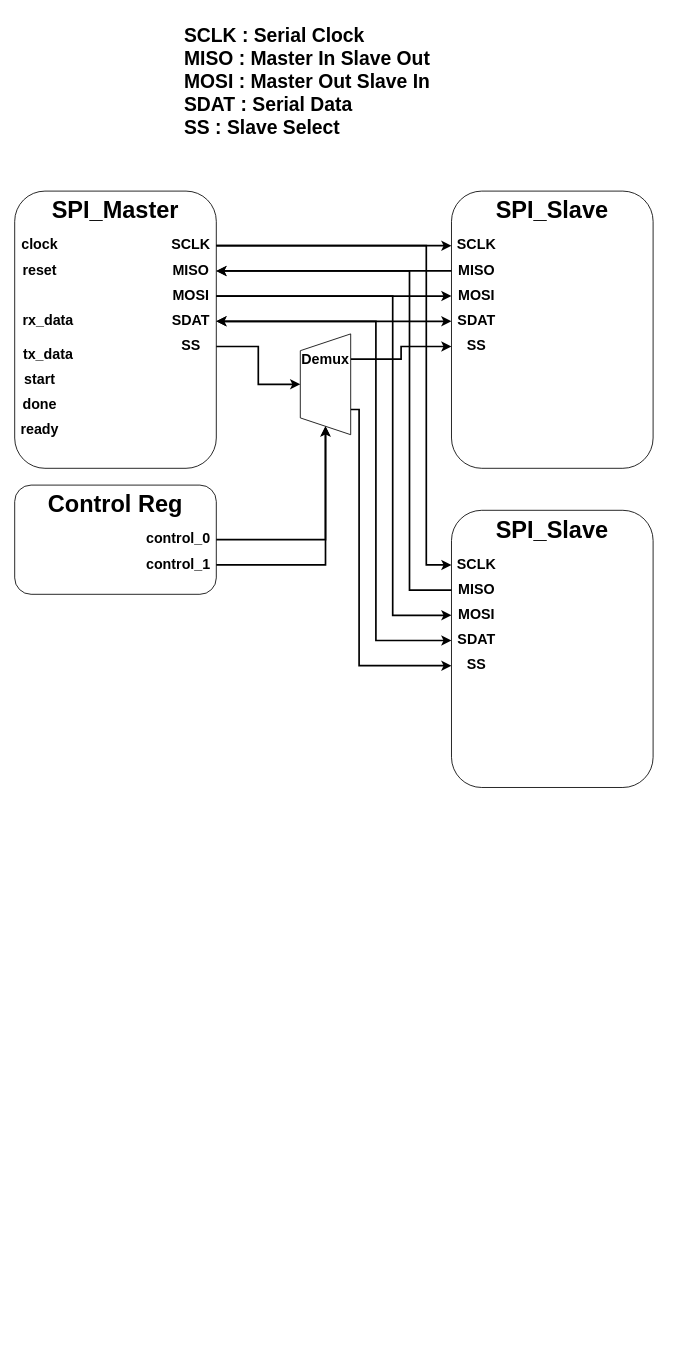
Above: Block diagram/SPI_Protocol.drawio in oriraccoon/Harman_ComputerArchitecture (draw.io), before the change. Source tidied: cells renumbered, new cells numbered last; positions are measured from the earlier drawing's top-left corner, leaving out a move shared by most shapes. Both pictures are drawn from the tidied source at 84%, with x=0, y=0 at pixel (14, 14).
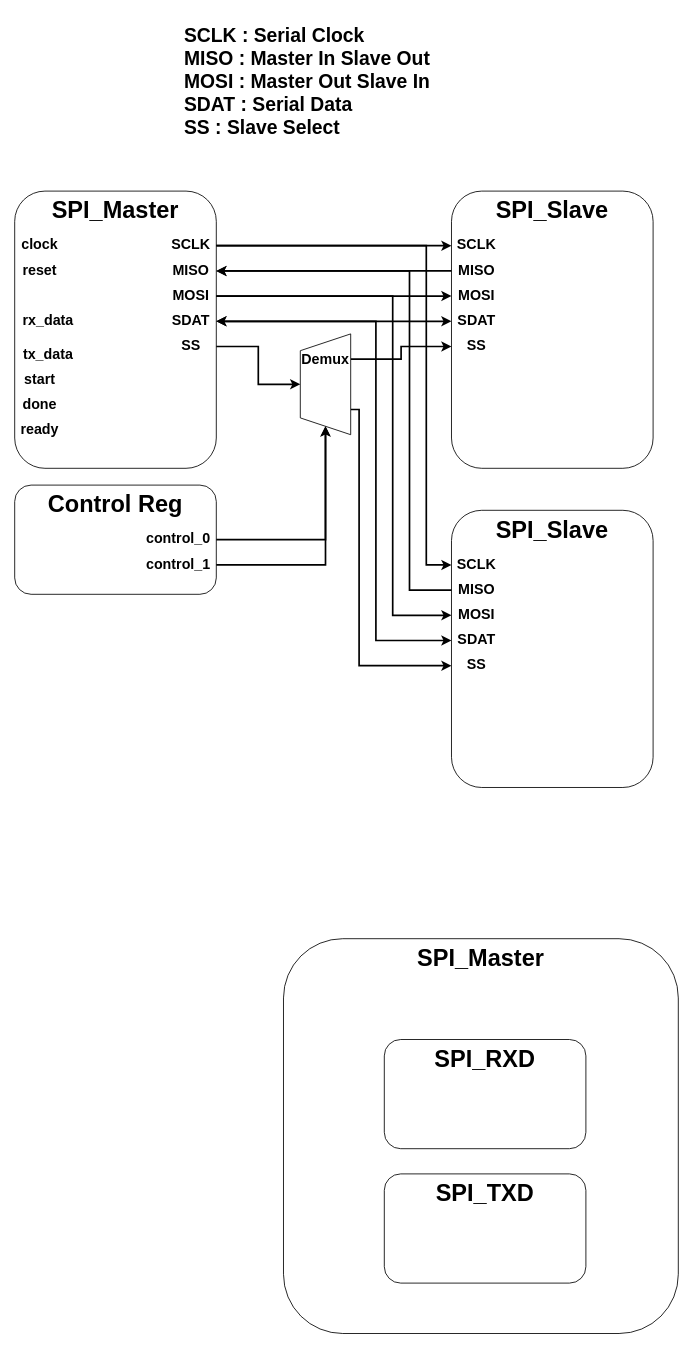
After the change.

Change to the diagram source:
```diff
@@
+    <mxCell id="46" value="&lt;b&gt;&lt;font style=&quot;font-size: 28px;&quot;&gt;SPI_Master&lt;/font&gt;&lt;/b&gt;" style="rounded=1;whiteSpace=wrap;html=1;verticalAlign=top;" parent="1" vertex="1">
+      <mxGeometry x="320" y="1100" width="470" height="470" as="geometry" />
+    </mxCell>
+    <mxCell id="47" value="&lt;b&gt;&lt;font style=&quot;font-size: 28px;&quot;&gt;SPI_RXD&lt;/font&gt;&lt;/b&gt;" style="rounded=1;whiteSpace=wrap;html=1;verticalAlign=top;" parent="1" vertex="1">
+      <mxGeometry x="440" y="1220" width="240" height="130" as="geometry" />
+    </mxCell>
+    <mxCell id="48" value="&lt;b&gt;&lt;font style=&quot;font-size: 28px;&quot;&gt;SPI_TXD&lt;/font&gt;&lt;/b&gt;" style="rounded=1;whiteSpace=wrap;html=1;verticalAlign=top;" parent="1" vertex="1">
+      <mxGeometry x="440" y="1380" width="240" height="130" as="geometry" />
+    </mxCell>
```
